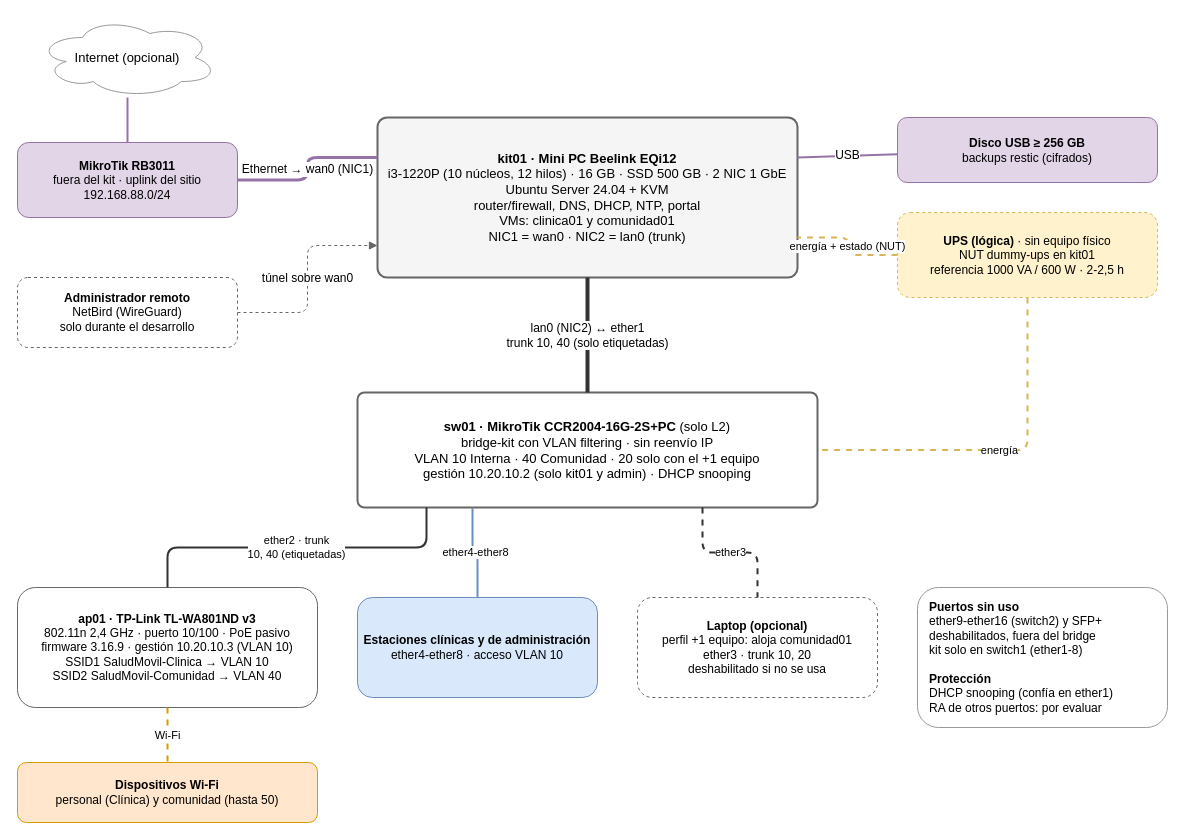
Earlier version of the draw.io diagram diagramas/diagrama-fisico.drawio (kitsalud-movil-plats1/docs). Source tidied: cells renumbered, new cells numbered last; positions are measured from the earlier drawing's top-left corner, leaving out a move shared by most shapes. Both pictures are drawn from the tidied source at 100%, with x=0, y=0 at pixel (17, 17).
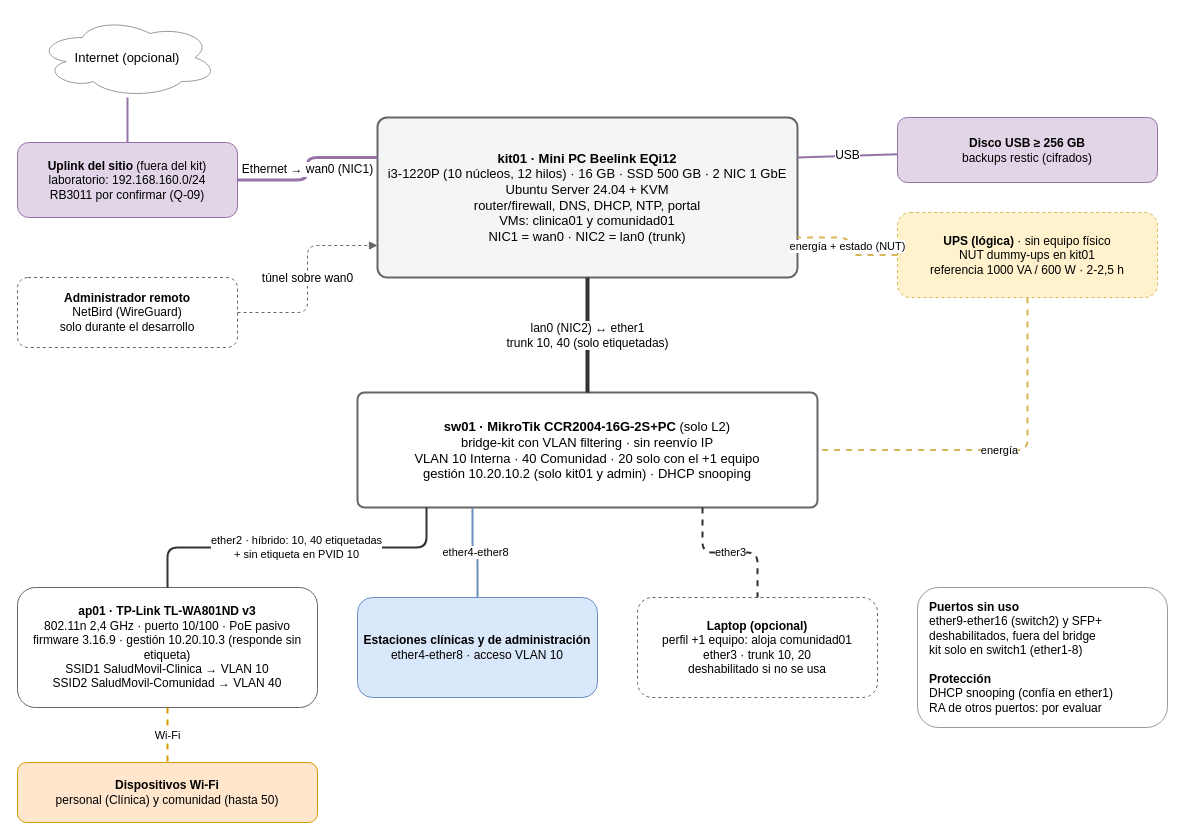
Above is the later version.

Commit message (it also covers changes not shown here):
Ajusta el documento a la primera sesión de laboratorio (v0.8)

The change refers to these unchanged cells:
```xml
<mxCell id="8" value="&lt;b&gt;sw01 · MikroTik CCR2004-16G-2S+PC&lt;/b&gt; (solo L2)&lt;br&gt;bridge-kit con VLAN filtering · sin reenvío IP&lt;br&gt;VLAN 10 Interna · 40 Comunidad · 20 solo con el +1 equipo&lt;br&gt;gestión 10.20.10.2 (solo kit01 y admin) · DHCP snooping" style="rounded=1;arcSize=6;whiteSpace=wrap;html=1;fillColor=#FFFFFF;strokeColor=#666666;fontSize=13;strokeWidth=2;" parent="1" vertex="1">
  <mxGeometry x="340" y="375" width="460" height="115" as="geometry" />
</mxCell>
```

Diff of the diagram source:
```diff
@@
-    <mxCell id="3" value="&lt;b&gt;MikroTik RB3011&lt;/b&gt;&lt;br&gt;fuera del kit · uplink del sitio&lt;br&gt;192.168.88.0/24" style="rounded=1;whiteSpace=wrap;html=1;fillColor=#e1d5e7;strokeColor=#9673a6;fontSize=12;" parent="1" vertex="1">
+    <mxCell id="3" value="&lt;b&gt;Uplink del sitio&lt;/b&gt; (fuera del kit)&lt;br&gt;laboratorio: 192.168.160.0/24&lt;br&gt;RB3011 por confirmar (Q-09)" style="rounded=1;whiteSpace=wrap;html=1;fillColor=#e1d5e7;strokeColor=#9673a6;fontSize=12;" parent="1" vertex="1">
       <mxGeometry y="125" width="220" height="75" as="geometry" />
     </mxCell>
@@
-    <mxCell id="9" value="&lt;b&gt;ap01 · TP-Link TL-WA801ND v3&lt;/b&gt;&lt;br&gt;802.11n 2,4 GHz · puerto 10/100 · PoE pasivo&lt;br&gt;firmware 3.16.9 · gestión 10.20.10.3 (VLAN 10)&lt;br&gt;SSID1 SaludMovil-Clinica → VLAN 10&lt;br&gt;SSID2 SaludMovil-Comunidad → VLAN 40" style="rounded=1;whiteSpace=wrap;html=1;fillColor=#FFFFFF;strokeColor=#666666;fontSize=12;" parent="1" vertex="1">
+    <mxCell id="9" value="&lt;b&gt;ap01 · TP-Link TL-WA801ND v3&lt;/b&gt;&lt;br&gt;802.11n 2,4 GHz · puerto 10/100 · PoE pasivo&lt;br&gt;firmware 3.16.9 · gestión 10.20.10.3 (responde sin etiqueta)&lt;br&gt;SSID1 SaludMovil-Clinica → VLAN 10&lt;br&gt;SSID2 SaludMovil-Comunidad → VLAN 40" style="rounded=1;whiteSpace=wrap;html=1;fillColor=#FFFFFF;strokeColor=#666666;fontSize=12;" parent="1" vertex="1">
       <mxGeometry y="570" width="300" height="120" as="geometry" />
     </mxCell>
@@
-    <mxCell id="21" value="ether2 · trunk&lt;br&gt;10, 40 (etiquetadas)" style="edgeStyle=orthogonalEdgeStyle;html=1;endArrow=none;strokeColor=#333333;strokeWidth=2;fontSize=11;labelBackgroundColor=#FFFFFF;exitX=0.15;exitY=1;exitDx=0;exitDy=0;" parent="1" edge="1" source="8" target="9">
+    <mxCell id="21" value="ether2 · híbrido: 10, 40 etiquetadas&lt;br&gt;+ sin etiqueta en PVID 10" style="edgeStyle=orthogonalEdgeStyle;html=1;endArrow=none;strokeColor=#333333;strokeWidth=2;fontSize=11;labelBackgroundColor=#FFFFFF;exitX=0.15;exitY=1;exitDx=0;exitDy=0;" parent="1" edge="1" source="8" target="9">
       <mxGeometry relative="1" as="geometry" />
     </mxCell>
```
